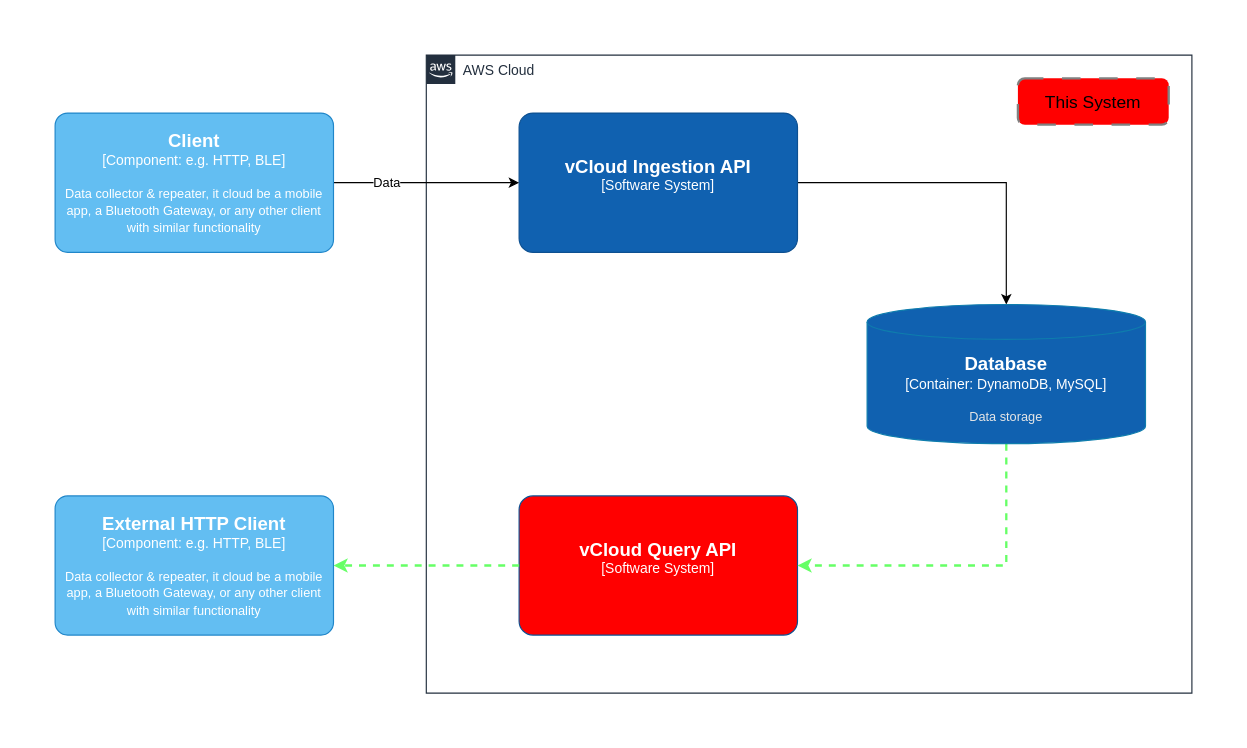
The draw.io diagram vCloud Query API Overview.drawio in cjay-xlc/draw.io, before the edit. Source tidied: cells renumbered, new cells numbered last; positions are measured from the earlier drawing's top-left corner, leaving out a move shared by most shapes. Both pictures are drawn from the tidied source at 116%, with x=0, y=0 at pixel (55, 55).
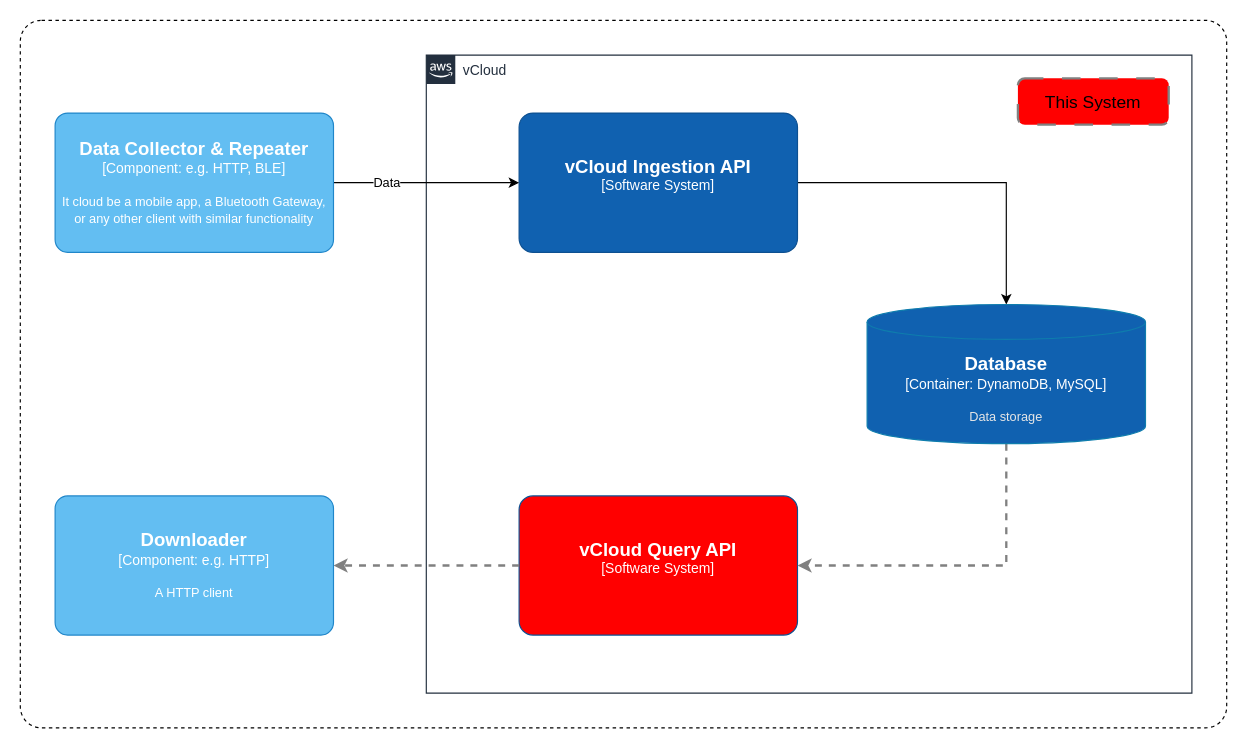
The same diagram, later.

The edit, as a diff of the source:
```diff
@@
 <mxGraphModel>
   <root>
     <mxCell id="0" />
     <mxCell id="1" parent="0" />
+    <mxCell id="14" style="rounded=1;whiteSpace=wrap;html=1;dashed=1;gradientColor=none;arcSize=3;" parent="1" vertex="1">
+      <mxGeometry x="-30" y="-30" width="1040" height="610" as="geometry" />
+    </mxCell>
-    <mxCell id="2" value="AWS Cloud" style="gradientColor=none;html=1;whiteSpace=wrap;fontSize=12;fontStyle=0;shape=mxgraph.aws4.group;grIcon=mxgraph.aws4.group_aws_cloud_alt;strokeColor=#232F3E;fillColor=none;verticalAlign=top;align=left;spacingLeft=30;fontColor=#232F3E;dashed=0;" parent="1" vertex="1">
+    <mxCell id="2" value="vCloud" style="gradientColor=none;html=1;whiteSpace=wrap;fontSize=12;fontStyle=0;shape=mxgraph.aws4.group;grIcon=mxgraph.aws4.group_aws_cloud_alt;strokeColor=#232F3E;fillColor=none;verticalAlign=top;align=left;spacingLeft=30;fontColor=#232F3E;dashed=0;" parent="1" vertex="1">
       <mxGeometry x="320" width="660" height="550" as="geometry" />
     </mxCell>
     <mxCell id="3" style="edgeStyle=orthogonalEdgeStyle;rounded=0;jettySize=auto;html=1;" parent="2" edge="1" source="4" target="7">
       <mxGeometry relative="1" as="geometry" />
     </mxCell>
     <object id="4" label="&lt;font style=&quot;font-size: 16px&quot;&gt;&lt;b&gt;%c4Name%&lt;/b&gt;&lt;/font&gt;&lt;div&gt;[%c4Type%]&lt;/div&gt;&lt;br&gt;&lt;div&gt;&lt;font style=&quot;font-size: 11px&quot;&gt;&lt;font color=&quot;#cccccc&quot;&gt;%c4Description%&lt;/font&gt;&lt;/div&gt;" c4Description="" c4Name="vCloud Ingestion API" c4Type="Software System" placeholders="1">
       <mxCell style="rounded=1;whiteSpace=wrap;html=1;labelBackgroundColor=none;fillColor=#1061B0;fontColor=#ffffff;align=center;arcSize=10;strokeColor=#0D5091;points=[[0.25,0,0],[0.5,0,0],[0.75,0,0],[1,0.25,0],[1,0.5,0],[1,0.75,0],[0.75,1,0],[0.5,1,0],[0.25,1,0],[0,0.75,0],[0,0.5,0],[0,0.25,0]];" parent="2" vertex="1">
         <mxGeometry x="80" y="50" width="240" height="120" as="geometry" />
       </mxCell>
     </object>
     <object id="5" label="&lt;font style=&quot;font-size: 16px&quot;&gt;&lt;b&gt;%c4Name%&lt;/b&gt;&lt;/font&gt;&lt;div&gt;[%c4Type%]&lt;/div&gt;&lt;br&gt;&lt;div&gt;&lt;font style=&quot;font-size: 11px&quot;&gt;&lt;font color=&quot;#cccccc&quot;&gt;%c4Description%&lt;/font&gt;&lt;/div&gt;" c4Description="" c4Name="vCloud Query API" c4Type="Software System" placeholders="1">
       <mxCell style="rounded=1;whiteSpace=wrap;html=1;labelBackgroundColor=none;fillColor=#FF0000;fontColor=#ffffff;align=center;arcSize=10;strokeColor=#0D5091;points=[[0.25,0,0],[0.5,0,0],[0.75,0,0],[1,0.25,0],[1,0.5,0],[1,0.75,0],[0.75,1,0],[0.5,1,0],[0.25,1,0],[0,0.75,0],[0,0.5,0],[0,0.25,0]];" parent="2" vertex="1">
         <mxGeometry x="80" y="380" width="240" height="120" as="geometry" />
       </mxCell>
     </object>
-    <mxCell id="6" style="edgeStyle=orthogonalEdgeStyle;rounded=0;jettySize=auto;html=1;entryX=1;entryY=0.5;entryDx=0;entryDy=0;entryPerimeter=0;exitX=0.5;exitY=1;exitDx=0;exitDy=0;exitPerimeter=0;strokeColor=#66FF66;dashed=1;strokeWidth=2;" parent="2" edge="1" source="7" target="5">
+    <mxCell id="6" style="edgeStyle=orthogonalEdgeStyle;rounded=0;jettySize=auto;html=1;entryX=1;entryY=0.5;entryDx=0;entryDy=0;entryPerimeter=0;exitX=0.5;exitY=1;exitDx=0;exitDy=0;exitPerimeter=0;strokeColor=#808080;dashed=1;strokeWidth=2;" parent="2" edge="1" source="7" target="5">
       <mxGeometry relative="1" as="geometry" />
     </mxCell>
     <object id="7" label="&lt;font style=&quot;font-size: 16px&quot;&gt;&lt;b&gt;%c4Type%&lt;/b&gt;&lt;/font&gt;&lt;div&gt;[%c4Container%:&amp;nbsp;%c4Technology%]&lt;/div&gt;&lt;br&gt;&lt;div&gt;&lt;font style=&quot;font-size: 11px&quot;&gt;&lt;font color=&quot;#E6E6E6&quot;&gt;%c4Description%&lt;/font&gt;&lt;/div&gt;" c4Container="Container" c4Description="Data storage" c4Technology="DynamoDB, MySQL" c4Type="Database" placeholders="1">
       <mxCell style="shape=cylinder3;size=15;whiteSpace=wrap;html=1;boundedLbl=1;rounded=0;labelBackgroundColor=none;fillColor=#1061b0;fontSize=12;fontColor=#ffffff;align=center;strokeColor=#0E7DAD;points=[[0.5,0,0],[1,0.25,0],[1,0.5,0],[1,0.75,0],[0.5,1,0],[0,0.75,0],[0,0.5,0],[0,0.25,0]];" parent="2" vertex="1">
         <mxGeometry x="380" y="215" width="240" height="120" as="geometry" />
       </mxCell>
     </object>
     <mxCell id="8" value="&lt;font style=&quot;font-size: 15px;&quot;&gt;This System&lt;/font&gt;" style="rounded=1;whiteSpace=wrap;html=1;strokeColor=#808080;fillColor=#FF0000;dashed=1;dashPattern=8 8;strokeWidth=2;" parent="2" vertex="1">
       <mxGeometry x="510" y="20" width="130" height="40" as="geometry" />
     </mxCell>
     <mxCell id="9" style="edgeStyle=orthogonalEdgeStyle;rounded=0;jettySize=auto;html=1;entryX=0;entryY=0.5;entryDx=0;entryDy=0;entryPerimeter=0;curved=1;" parent="1" edge="1" source="11" target="4">
       <mxGeometry relative="1" as="geometry" />
     </mxCell>
     <mxCell id="10" value="Data" style="edgeLabel;html=1;align=center;verticalAlign=middle;" parent="9" vertex="1">
       <mxGeometry x="-0.44" y="1" relative="1" as="geometry" />
     </mxCell>
-    <object id="11" label="&lt;font style=&quot;font-size: 16px&quot;&gt;&lt;b&gt;%c4Name%&lt;/b&gt;&lt;/font&gt;&lt;div&gt;[%c4Type%: %c4Technology%]&lt;/div&gt;&lt;br&gt;&lt;div&gt;&lt;font style=&quot;font-size: 11px&quot;&gt;%c4Description%&lt;/font&gt;&lt;/div&gt;" c4Description="Data collector &amp; repeater, it cloud be a mobile app, a Bluetooth Gateway, or any  other client with similar functionality" c4Name="Client" c4Technology="e.g. HTTP, BLE" c4Type="Component" placeholders="1">
+    <object id="11" label="&lt;font style=&quot;font-size: 16px&quot;&gt;&lt;b&gt;%c4Name%&lt;/b&gt;&lt;/font&gt;&lt;div&gt;[%c4Type%: %c4Technology%]&lt;/div&gt;&lt;br&gt;&lt;div&gt;&lt;font style=&quot;font-size: 11px&quot;&gt;%c4Description%&lt;/font&gt;&lt;/div&gt;" c4Description="It cloud be a mobile app, a Bluetooth Gateway, or any  other client with similar functionality" c4Name="Data Collector &amp; Repeater" c4Technology="e.g. HTTP, BLE" c4Type="Component" placeholders="1">
       <mxCell style="rounded=1;whiteSpace=wrap;html=1;labelBackgroundColor=none;fillColor=#63BEF2;fontColor=#ffffff;align=center;arcSize=9;strokeColor=#2086C9;points=[[0.25,0,0],[0.5,0,0],[0.75,0,0],[1,0.25,0],[1,0.5,0],[1,0.75,0],[0.75,1,0],[0.5,1,0],[0.25,1,0],[0,0.75,0],[0,0.5,0],[0,0.25,0]];" parent="1" vertex="1">
         <mxGeometry y="50" width="240" height="120" as="geometry" />
       </mxCell>
     </object>
-    <mxCell id="12" style="edgeStyle=orthogonalEdgeStyle;rounded=0;jettySize=auto;html=1;entryX=1;entryY=0.5;entryDx=0;entryDy=0;entryPerimeter=0;strokeColor=#66FF66;strokeWidth=2;dashed=1;" parent="1" edge="1" source="5">
+    <mxCell id="12" style="edgeStyle=orthogonalEdgeStyle;rounded=0;jettySize=auto;html=1;entryX=1;entryY=0.5;entryDx=0;entryDy=0;entryPerimeter=0;strokeColor=#808080;strokeWidth=2;dashed=1;" parent="1" edge="1" source="5">
       <mxGeometry relative="1" as="geometry">
         <mxPoint x="240" y="440" as="targetPoint" />
       </mxGeometry>
     </mxCell>
-    <object id="13" label="&lt;font style=&quot;font-size: 16px&quot;&gt;&lt;b&gt;%c4Name%&lt;/b&gt;&lt;/font&gt;&lt;div&gt;[%c4Type%: %c4Technology%]&lt;/div&gt;&lt;br&gt;&lt;div&gt;&lt;font style=&quot;font-size: 11px&quot;&gt;%c4Description%&lt;/font&gt;&lt;/div&gt;" c4Description="Data collector &amp; repeater, it cloud be a mobile app, a Bluetooth Gateway, or any  other client with similar functionality" c4Name="External HTTP Client" c4Technology="e.g. HTTP, BLE" c4Type="Component" placeholders="1">
+    <object id="13" label="&lt;font style=&quot;font-size: 16px&quot;&gt;&lt;b&gt;%c4Name%&lt;/b&gt;&lt;/font&gt;&lt;div&gt;[%c4Type%: %c4Technology%]&lt;/div&gt;&lt;br&gt;&lt;div&gt;&lt;font style=&quot;font-size: 11px&quot;&gt;%c4Description%&lt;/font&gt;&lt;/div&gt;" c4Description="A HTTP client" c4Name="Downloader" c4Technology="e.g. HTTP" c4Type="Component" placeholders="1">
       <mxCell style="rounded=1;whiteSpace=wrap;html=1;labelBackgroundColor=none;fillColor=#63BEF2;fontColor=#ffffff;align=center;arcSize=9;strokeColor=#2086C9;" parent="1" vertex="1">
         <mxGeometry y="380" width="240" height="120" as="geometry" />
       </mxCell>
     </object>
   </root>
 </mxGraphModel>
```
